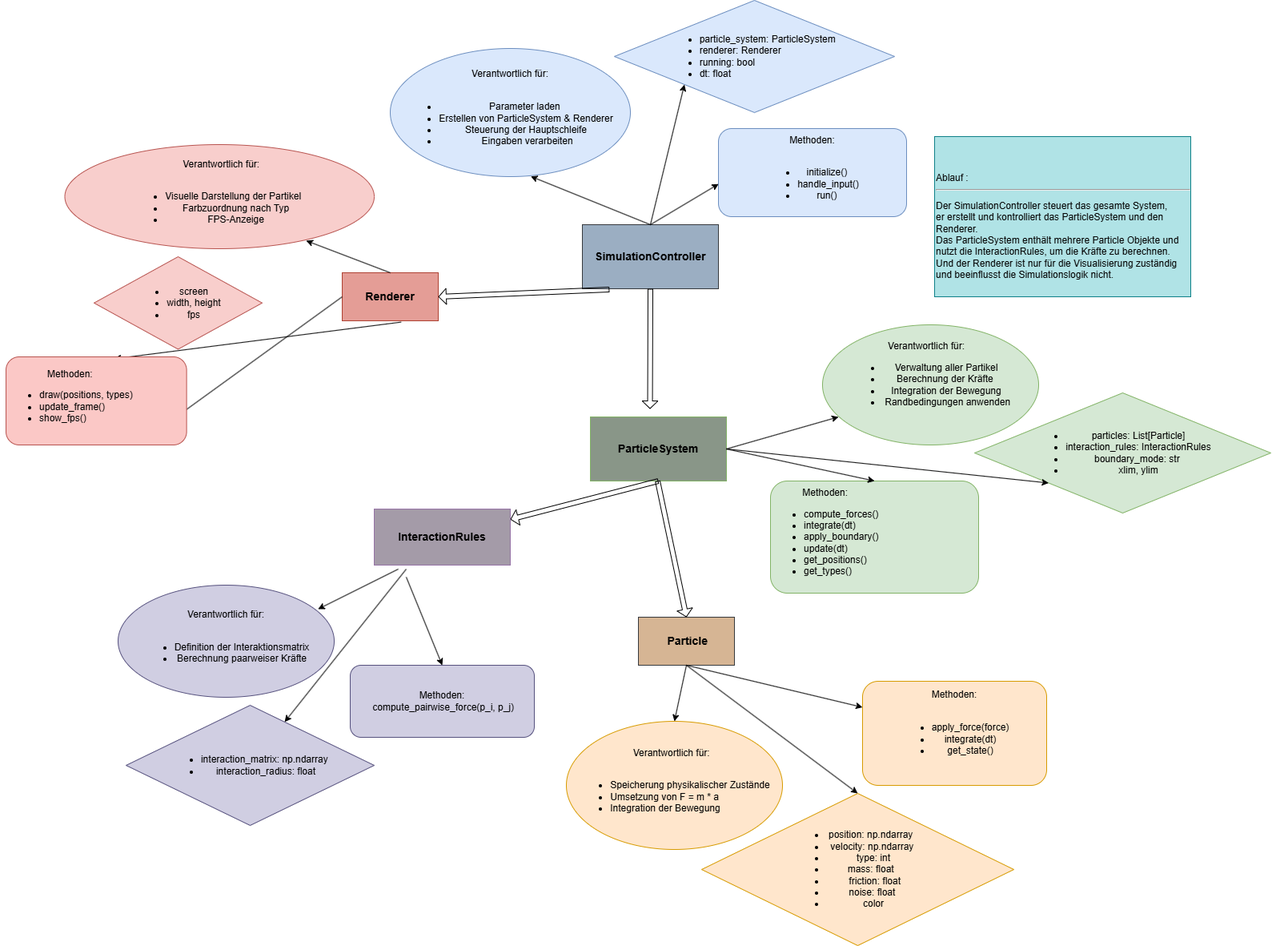
The draw.io diagram images/ProjektDiagramm.png in IbrpxiiI/particle-life-simulator, before a commit. Source tidied: cells renumbered, new cells last; positions are measured from the earlier drawing's top-left corner, leaving out a move shared by most shapes. Its diagram source:
```xml
<mxGraphModel>
  <root>
    <mxCell id="0" />
    <mxCell id="1" parent="0" />
    <mxCell id="2" value="&lt;font style=&quot;font-size: 14px;&quot;&gt;&lt;b&gt;&lt;font style=&quot;&quot;&gt;&amp;nbsp;&lt;/font&gt;&lt;font style=&quot;&quot;&gt;SimulationController&lt;/font&gt;&lt;/b&gt;&lt;/font&gt;&lt;span style=&quot;background-color: initial;&quot;&gt;&amp;nbsp;&lt;/span&gt;" style="rounded=0;whiteSpace=wrap;html=1;fillColor=#9BAEC2;strokeColor=#36393d;" parent="1" vertex="1">
      <mxGeometry x="720" y="280" width="170" height="80" as="geometry" />
    </mxCell>
    <mxCell id="3" value="Verantwortlich für:&lt;div&gt;&amp;nbsp;&lt;br&gt;&lt;div&gt;&lt;ul&gt;&lt;li&gt;Parameter laden&amp;nbsp;&lt;/li&gt;&lt;li&gt;Erstellen von ParticleSystem &amp;amp; Renderer&lt;/li&gt;&lt;li&gt;Steuerung der Hauptschleife&lt;/li&gt;&lt;li&gt;&amp;nbsp;Eingaben verarbeiten&lt;/li&gt;&lt;/ul&gt;&lt;/div&gt;&lt;/div&gt;" style="ellipse;whiteSpace=wrap;html=1;fillColor=#dae8fc;strokeColor=#6c8ebf;" parent="1" vertex="1">
      <mxGeometry x="480" y="60" width="300" height="160" as="geometry" />
    </mxCell>
    <mxCell id="4" value="&lt;font style=&quot;font-size: 14px;&quot;&gt;&lt;b&gt;ParticleSystem&lt;/b&gt;&lt;/font&gt;" style="rounded=0;whiteSpace=wrap;html=1;fillColor=#899688;strokeColor=#82b366;" parent="1" vertex="1">
      <mxGeometry x="730" y="520" width="170" height="80" as="geometry" />
    </mxCell>
    <mxCell id="5" value="&lt;ul&gt;&lt;li&gt;particles: List[Particle]&lt;/li&gt;&lt;li&gt;interaction_rules: InteractionRules&lt;/li&gt;&lt;li&gt;boundary_mode: str&amp;nbsp;&lt;/li&gt;&lt;li&gt;xlim, ylim&lt;/li&gt;&lt;/ul&gt;" style="rhombus;whiteSpace=wrap;html=1;fillColor=#d5e8d4;strokeColor=#82b366;align=center;" parent="1" vertex="1">
      <mxGeometry x="1210" y="490" width="370" height="150" as="geometry" />
    </mxCell>
    <mxCell id="6" value="&lt;div style=&quot;text-align: center;&quot;&gt;&lt;span style=&quot;background-color: initial;&quot;&gt;&lt;br&gt;&lt;/span&gt;&lt;/div&gt;&lt;div style=&quot;text-align: center;&quot;&gt;&lt;span style=&quot;background-color: initial;&quot;&gt;Methoden:&lt;/span&gt;&lt;/div&gt;&lt;div&gt;&lt;ul&gt;&lt;li&gt;compute_forces()&lt;/li&gt;&lt;li&gt;integrate(dt)&lt;/li&gt;&lt;li&gt;apply_boundary()&lt;/li&gt;&lt;li&gt;update(dt)&lt;/li&gt;&lt;li&gt;get_positions()&amp;nbsp;&amp;nbsp;&lt;/li&gt;&lt;li&gt;get_types()&lt;/li&gt;&lt;/ul&gt;&lt;/div&gt;&lt;div&gt;&lt;br&gt;&lt;/div&gt;" style="rounded=1;whiteSpace=wrap;html=1;align=left;fillColor=#d5e8d4;strokeColor=#82b366;" parent="1" vertex="1">
      <mxGeometry x="955" y="600" width="260" height="140" as="geometry" />
    </mxCell>
    <mxCell id="7" value="&amp;nbsp;&lt;b&gt;&lt;font style=&quot;font-size: 14px;&quot;&gt;Particle&lt;/font&gt;&lt;/b&gt;" style="rounded=0;whiteSpace=wrap;html=1;fillColor=#d6b594;strokeColor=#36393d;" parent="1" vertex="1">
      <mxGeometry x="790" y="770" width="120" height="60" as="geometry" />
    </mxCell>
    <mxCell id="8" value="Methoden:&lt;div&gt;&lt;span style=&quot;background-color: initial;&quot;&gt;&lt;br&gt;&lt;/span&gt;&lt;/div&gt;&lt;div&gt;&lt;ul&gt;&lt;li&gt;apply_force(force)&lt;/li&gt;&lt;li&gt;integrate(dt)&lt;/li&gt;&lt;li&gt;get_state()&lt;/li&gt;&lt;/ul&gt;&lt;/div&gt;&lt;div&gt;&lt;br&gt;&lt;/div&gt;" style="rounded=1;whiteSpace=wrap;html=1;fillColor=#ffe6cc;strokeColor=#d79b00;" parent="1" vertex="1">
      <mxGeometry x="1070" y="850" width="230" height="130" as="geometry" />
    </mxCell>
    <mxCell id="9" value="&lt;ul&gt;&lt;li&gt;&amp;nbsp;position: np.ndarray&amp;nbsp; &amp;nbsp;&lt;/li&gt;&lt;li&gt;velocity: np.ndarray&amp;nbsp;&lt;/li&gt;&lt;li&gt;type: int&lt;/li&gt;&lt;li&gt;mass: float&amp;nbsp;&amp;nbsp;&lt;/li&gt;&lt;li&gt;&amp;nbsp;&amp;nbsp;friction: float&amp;nbsp;&lt;/li&gt;&lt;li&gt;noise: float&amp;nbsp;&lt;/li&gt;&lt;li&gt;color&lt;/li&gt;&lt;/ul&gt;" style="rhombus;whiteSpace=wrap;html=1;fillColor=#ffe6cc;strokeColor=#d79b00;" parent="1" vertex="1">
      <mxGeometry x="869" y="990" width="390" height="190" as="geometry" />
    </mxCell>
    <mxCell id="10" value="&lt;b&gt;&lt;font style=&quot;font-size: 14px;&quot;&gt;Renderer&lt;/font&gt;&lt;/b&gt;" style="rounded=0;whiteSpace=wrap;html=1;fillColor=#e49d96;strokeColor=#ae4132;" parent="1" vertex="1">
      <mxGeometry x="420" y="340" width="120" height="60" as="geometry" />
    </mxCell>
    <mxCell id="11" value="&amp;nbsp;Verantwortlich für:&lt;div&gt;&lt;br&gt;&lt;div&gt;&lt;ul&gt;&lt;li&gt;Visuelle Darstellung der Partikel&amp;nbsp;&amp;nbsp;&lt;/li&gt;&lt;li&gt;Farbzuordnung nach Typ&lt;/li&gt;&lt;li&gt;FPS-Anzeige&lt;/li&gt;&lt;/ul&gt;&lt;/div&gt;&lt;/div&gt;" style="ellipse;whiteSpace=wrap;html=1;align=center;fillColor=#f8cecc;strokeColor=#b85450;" parent="1" vertex="1">
      <mxGeometry x="73.5" y="180" width="386.5" height="130" as="geometry" />
    </mxCell>
    <mxCell id="12" style="endArrow=classic;html=1;rounded=0;exitX=0.5;exitY=0;exitDx=0;exitDy=0;entryX=0.001;entryY=0.629;entryDx=0;entryDy=0;entryPerimeter=0;" parent="1" edge="1" source="2" target="26">
      <mxGeometry relative="1" as="geometry" />
    </mxCell>
    <mxCell id="13" style="endArrow=classic;html=1;rounded=0;" parent="1" edge="1">
      <mxGeometry relative="1" as="geometry">
        <mxPoint x="900" y="560" as="sourcePoint" />
        <mxPoint x="1040" y="520" as="targetPoint" />
      </mxGeometry>
    </mxCell>
    <mxCell id="14" style="endArrow=classic;html=1;rounded=0;exitX=1;exitY=0.5;exitDx=0;exitDy=0;exitPerimeter=0;entryX=0.5;entryY=0;entryDx=0;entryDy=0;" parent="1" edge="1" source="4" target="6">
      <mxGeometry relative="1" as="geometry" />
    </mxCell>
    <mxCell id="15" style="endArrow=classic;html=1;rounded=0;entryX=0;entryY=1;entryDx=0;entryDy=0;" parent="1" edge="1" target="5">
      <mxGeometry relative="1" as="geometry">
        <mxPoint x="900" y="560" as="sourcePoint" />
      </mxGeometry>
    </mxCell>
    <mxCell id="16" style="shape=flexArrow;endArrow=classic;html=1;rounded=0;exitX=0.5;exitY=1;exitDx=0;exitDy=0;endWidth=12.718510405257394;endSize=2.8145454545454545;width=6.024096385542168;" parent="1" edge="1" source="2">
      <mxGeometry relative="1" as="geometry">
        <mxPoint x="804.5" y="510" as="targetPoint" />
      </mxGeometry>
    </mxCell>
    <mxCell id="17" style="endArrow=classic;html=1;rounded=0;entryX=0.5;entryY=0;entryDx=0;entryDy=0;exitX=0.5;exitY=1;exitDx=0;exitDy=0;" parent="1" edge="1" source="7" target="30">
      <mxGeometry relative="1" as="geometry" />
    </mxCell>
    <mxCell id="18" style="endArrow=classic;html=1;rounded=0;exitX=0.614;exitY=1.027;exitDx=0;exitDy=0;exitPerimeter=0;entryX=0.6;entryY=0.022;entryDx=0;entryDy=0;entryPerimeter=0;" parent="1" edge="1" source="10" target="42">
      <mxGeometry relative="1" as="geometry" />
    </mxCell>
    <mxCell id="19" style="endArrow=classic;html=1;rounded=0;exitX=0.5;exitY=0;exitDx=0;exitDy=0;entryX=0.78;entryY=0.923;entryDx=0;entryDy=0;entryPerimeter=0;" parent="1" edge="1" source="10" target="11">
      <mxGeometry relative="1" as="geometry" />
    </mxCell>
    <mxCell id="20" style="shape=flexArrow;endArrow=classic;html=1;rounded=0;exitX=0.199;exitY=1.012;exitDx=0;exitDy=0;exitPerimeter=0;endWidth=12.718510405257394;endSize=2.8145454545454545;width=6.024096385542168;entryX=1;entryY=0.5;entryDx=0;entryDy=0;" parent="1" edge="1" source="2" target="10">
      <mxGeometry relative="1" as="geometry" />
    </mxCell>
    <mxCell id="21" style="shape=flexArrow;endArrow=classic;html=1;rounded=0;endWidth=12.718510405257394;endSize=2.8145454545454545;width=6.024096385542168;exitX=0.5;exitY=1;exitDx=0;exitDy=0;" parent="1" edge="1" source="4" target="22">
      <mxGeometry relative="1" as="geometry" />
    </mxCell>
    <mxCell id="22" value="&lt;font style=&quot;font-size: 14px;&quot;&gt;&lt;b&gt;InteractionRules&lt;/b&gt;&lt;/font&gt;" style="rounded=0;whiteSpace=wrap;html=1;fillColor=#A49BA8;strokeColor=#9673a6;" parent="1" vertex="1">
      <mxGeometry x="460" y="635" width="170" height="70" as="geometry" />
    </mxCell>
    <mxCell id="23" style="shape=flexArrow;endArrow=classic;html=1;rounded=0;endWidth=12.718510405257394;endSize=2.8145454545454545;width=6.024096385542168;entryX=0.5;entryY=0;entryDx=0;entryDy=0;" parent="1" edge="1" target="7">
      <mxGeometry relative="1" as="geometry">
        <mxPoint x="814" y="600" as="sourcePoint" />
      </mxGeometry>
    </mxCell>
    <mxCell id="24" value="Methoden:&lt;div&gt;&amp;nbsp;&amp;nbsp;compute_pairwise_force(p_i, p_j)&amp;nbsp;&lt;br&gt;&lt;/div&gt;" style="rounded=1;whiteSpace=wrap;html=1;fillColor=#d0cee2;strokeColor=#56517e;" parent="1" vertex="1">
      <mxGeometry x="430" y="830" width="230" height="90" as="geometry" />
    </mxCell>
    <mxCell id="25" value="&lt;div&gt;&lt;div&gt;&lt;br&gt;&lt;/div&gt;&lt;ul&gt;&lt;li style=&quot;text-align: left;&quot;&gt;particle_system: ParticleSystem&amp;nbsp;&amp;nbsp;&lt;/li&gt;&lt;li style=&quot;text-align: left;&quot;&gt;renderer: Renderer&amp;nbsp;&amp;nbsp;&lt;/li&gt;&lt;li style=&quot;text-align: left;&quot;&gt;running: bool&amp;nbsp;&lt;/li&gt;&lt;li style=&quot;text-align: left;&quot;&gt;dt: float&lt;/li&gt;&lt;/ul&gt;&lt;/div&gt;&lt;div&gt;&lt;br&gt;&lt;/div&gt;" style="rhombus;whiteSpace=wrap;html=1;fillColor=#dae8fc;strokeColor=#6c8ebf;" parent="1" vertex="1">
      <mxGeometry x="760" width="350" height="140" as="geometry" />
    </mxCell>
    <mxCell id="26" value="&lt;div&gt;Methoden:&lt;/div&gt;&lt;div&gt;&lt;br&gt;&lt;/div&gt;&lt;ul&gt;&lt;li&gt;initialize()&amp;nbsp;&lt;/li&gt;&lt;li&gt;handle_input()&lt;/li&gt;&lt;li&gt;run()&amp;nbsp;&lt;/li&gt;&lt;/ul&gt;" style="rounded=1;whiteSpace=wrap;html=1;fillColor=#dae8fc;strokeColor=#6c8ebf;" parent="1" vertex="1">
      <mxGeometry x="890" y="160" width="235" height="110" as="geometry" />
    </mxCell>
    <mxCell id="27" style="endArrow=classic;html=1;rounded=0;exitX=0.5;exitY=0;exitDx=0;exitDy=0;entryX=0;entryY=1;entryDx=0;entryDy=0;" parent="1" edge="1" source="2" target="25">
      <mxGeometry relative="1" as="geometry" />
    </mxCell>
    <mxCell id="28" style="endArrow=classic;html=1;rounded=0;entryX=0.585;entryY=0.998;entryDx=0;entryDy=0;entryPerimeter=0;exitX=0.5;exitY=0;exitDx=0;exitDy=0;" parent="1" edge="1" source="2" target="3">
      <mxGeometry relative="1" as="geometry" />
    </mxCell>
    <mxCell id="29" value="&lt;p class=&quot;_aupe copyable-text x15bjb6t x1n2onr6&quot;&gt;&lt;span style=&quot;white-space-collapse: preserve;&quot; class=&quot;_aupe copyable-text xkrh14z&quot;&gt;Verantwortlich für:   &lt;/span&gt;&lt;/p&gt;&lt;p style=&quot;text-align: left;&quot; class=&quot;_aupe copyable-text x15bjb6t x1n2onr6&quot;&gt;&lt;/p&gt;&lt;ul&gt;&lt;li&gt;&lt;span style=&quot;white-space-collapse: preserve;&quot; class=&quot;_aupe copyable-text xkrh14z&quot;&gt;Verwaltung aller Partikel&lt;/span&gt;&lt;/li&gt;&lt;li&gt;&lt;span style=&quot;background-color: initial; white-space-collapse: preserve;&quot;&gt;Berechnung der Kräfte &lt;/span&gt;&lt;/li&gt;&lt;li&gt;&lt;span style=&quot;background-color: initial; white-space-collapse: preserve;&quot;&gt;Integration der Bewegung&lt;/span&gt;&lt;/li&gt;&lt;li&gt;&lt;span style=&quot;background-color: initial; white-space-collapse: preserve;&quot;&gt; &lt;/span&gt;&lt;span style=&quot;white-space-collapse: preserve; background-color: initial;&quot;&gt;Randbedingungen anwenden&lt;/span&gt;&lt;/li&gt;&lt;/ul&gt;&lt;p&gt;&lt;/p&gt;&lt;p class=&quot;_aupe copyable-text x15bjb6t x1n2onr6&quot;&gt;&lt;br&gt;&lt;/p&gt;" style="ellipse;whiteSpace=wrap;html=1;fillColor=#d5e8d4;strokeColor=#82b366;" parent="1" vertex="1">
      <mxGeometry x="1020" y="405" width="270" height="150" as="geometry" />
    </mxCell>
    <mxCell id="30" value="Verantwortlich für:&amp;nbsp;&amp;nbsp;&lt;div&gt;&lt;br&gt;&lt;/div&gt;&lt;div&gt;&lt;ul&gt;&lt;li style=&quot;text-align: left;&quot;&gt;Speicherung physikalischer Zustände&lt;/li&gt;&lt;li style=&quot;text-align: left;&quot;&gt;Umsetzung von F = m * a&amp;nbsp;&lt;/li&gt;&lt;li style=&quot;text-align: left;&quot;&gt;Integration der Bewegung&amp;nbsp;&lt;/li&gt;&lt;/ul&gt;&lt;/div&gt;" style="ellipse;whiteSpace=wrap;html=1;fillColor=#ffe6cc;strokeColor=#d79b00;" parent="1" vertex="1">
      <mxGeometry x="700" y="900" width="270" height="160" as="geometry" />
    </mxCell>
    <mxCell id="31" style="endArrow=classic;html=1;rounded=0;exitX=0.5;exitY=1;exitDx=0;exitDy=0;entryX=0.5;entryY=0;entryDx=0;entryDy=0;" parent="1" edge="1" source="7" target="9">
      <mxGeometry relative="1" as="geometry" />
    </mxCell>
    <mxCell id="32" style="endArrow=classic;html=1;rounded=0;exitX=0.5;exitY=1;exitDx=0;exitDy=0;entryX=0;entryY=0.25;entryDx=0;entryDy=0;" parent="1" edge="1" source="7" target="8">
      <mxGeometry relative="1" as="geometry" />
    </mxCell>
    <mxCell id="33" value="Verantwortlich für:&lt;div&gt;&amp;nbsp;&lt;div&gt;&lt;ul&gt;&lt;li&gt;Definition der Interaktionsmatrix&lt;/li&gt;&lt;li&gt;Berechnung paarweiser Kräfte&lt;/li&gt;&lt;/ul&gt;&lt;/div&gt;&lt;/div&gt;" style="ellipse;whiteSpace=wrap;html=1;fillColor=#d0cee2;strokeColor=#56517e;" parent="1" vertex="1">
      <mxGeometry x="140" y="730" width="270" height="140" as="geometry" />
    </mxCell>
    <mxCell id="34" style="endArrow=classic;html=1;rounded=0;entryX=0.925;entryY=0.214;entryDx=0;entryDy=0;entryPerimeter=0;" parent="1" edge="1" target="33">
      <mxGeometry relative="1" as="geometry">
        <mxPoint x="490" y="710" as="sourcePoint" />
      </mxGeometry>
    </mxCell>
    <mxCell id="35" style="endArrow=classic;html=1;rounded=0;entryX=0.5;entryY=0;entryDx=0;entryDy=0;" parent="1" edge="1" target="24">
      <mxGeometry relative="1" as="geometry">
        <mxPoint x="500" y="720" as="sourcePoint" />
      </mxGeometry>
    </mxCell>
    <mxCell id="36" value="&lt;ul&gt;&lt;li&gt;interaction_matrix: np.ndarray&amp;nbsp;&lt;/li&gt;&lt;li&gt;interaction_radius: float&lt;/li&gt;&lt;/ul&gt;" style="rhombus;whiteSpace=wrap;html=1;fillColor=#d0cee2;strokeColor=#56517e;" parent="1" vertex="1">
      <mxGeometry x="150" y="880" width="310" height="150" as="geometry" />
    </mxCell>
    <mxCell id="37" style="endArrow=classic;html=1;rounded=0;" parent="1" edge="1" target="36">
      <mxGeometry relative="1" as="geometry">
        <mxPoint x="500" y="710" as="sourcePoint" />
      </mxGeometry>
    </mxCell>
    <mxCell id="38" value="&lt;ul&gt;&lt;li&gt;screen&lt;/li&gt;&lt;li&gt;width, height&lt;/li&gt;&lt;li&gt;fps&lt;/li&gt;&lt;/ul&gt;" style="rhombus;whiteSpace=wrap;html=1;fillColor=#f8cecc;strokeColor=#b85450;" parent="1" vertex="1">
      <mxGeometry x="110" y="320" width="210" height="115.5" as="geometry" />
    </mxCell>
    <mxCell id="39" style="endArrow=classic;html=1;rounded=0;exitX=0;exitY=0.5;exitDx=0;exitDy=0;entryX=0.78;entryY=0.923;entryDx=0;entryDy=0;entryPerimeter=0;" parent="1" edge="1" source="42">
      <mxGeometry relative="1" as="geometry">
        <mxPoint x="110" y="490" as="targetPoint" />
      </mxGeometry>
    </mxCell>
    <mxCell id="40" value="&lt;p&gt;&lt;font color=&quot;#050505&quot;&gt;&lt;br&gt;&lt;/font&gt;&lt;/p&gt;&lt;font color=&quot;#050505&quot;&gt;Ablauf :&amp;nbsp;&lt;/font&gt;&lt;hr&gt;&lt;p&gt;&lt;font color=&quot;#050505&quot;&gt;Der SimulationController steuert das gesamte System, er&amp;nbsp;erstellt und kontrolliert das ParticleSystem und den Renderer.&lt;br&gt;Das ParticleSystem enthält mehrere Particle Objekte und nutzt die InteractionRules, um die Kräfte zu berechnen. Und der&lt;span style=&quot;background-color: initial;&quot;&gt;&amp;nbsp;Renderer ist nur für die Visualisierung zuständig und beeinflusst die Simulationslogik nicht.&lt;/span&gt;&lt;/font&gt;&lt;/p&gt;" style="text;whiteSpace=wrap;html=1;fillColor=#b0e3e6;strokeColor=#0e8088;" parent="1" vertex="1">
      <mxGeometry x="1160" y="170" width="320" height="200" as="geometry" />
    </mxCell>
    <mxCell id="41" style="endArrow=classic;html=1;rounded=0;exitX=0;exitY=0.5;exitDx=0;exitDy=0;entryX=0.78;entryY=0.923;entryDx=0;entryDy=0;entryPerimeter=0;" parent="1" edge="1" source="10" target="42">
      <mxGeometry relative="1" as="geometry" />
    </mxCell>
    <mxCell id="42" value="&lt;div style=&quot;text-align: center;&quot;&gt;&lt;span style=&quot;background-color: initial;&quot;&gt;Methoden:&lt;/span&gt;&lt;/div&gt;&lt;div&gt;&lt;ul&gt;&lt;li&gt;draw(positions, types)&lt;/li&gt;&lt;li&gt;update_frame()&lt;/li&gt;&lt;li&gt;show_fps()&lt;/li&gt;&lt;/ul&gt;&lt;/div&gt;" style="rounded=1;whiteSpace=wrap;html=1;fillColor=#fbc8c6;strokeColor=#b85450;align=left;" parent="1" vertex="1">
      <mxGeometry y="445" width="225.6" height="110" as="geometry" />
    </mxCell>
  </root>
</mxGraphModel>
```
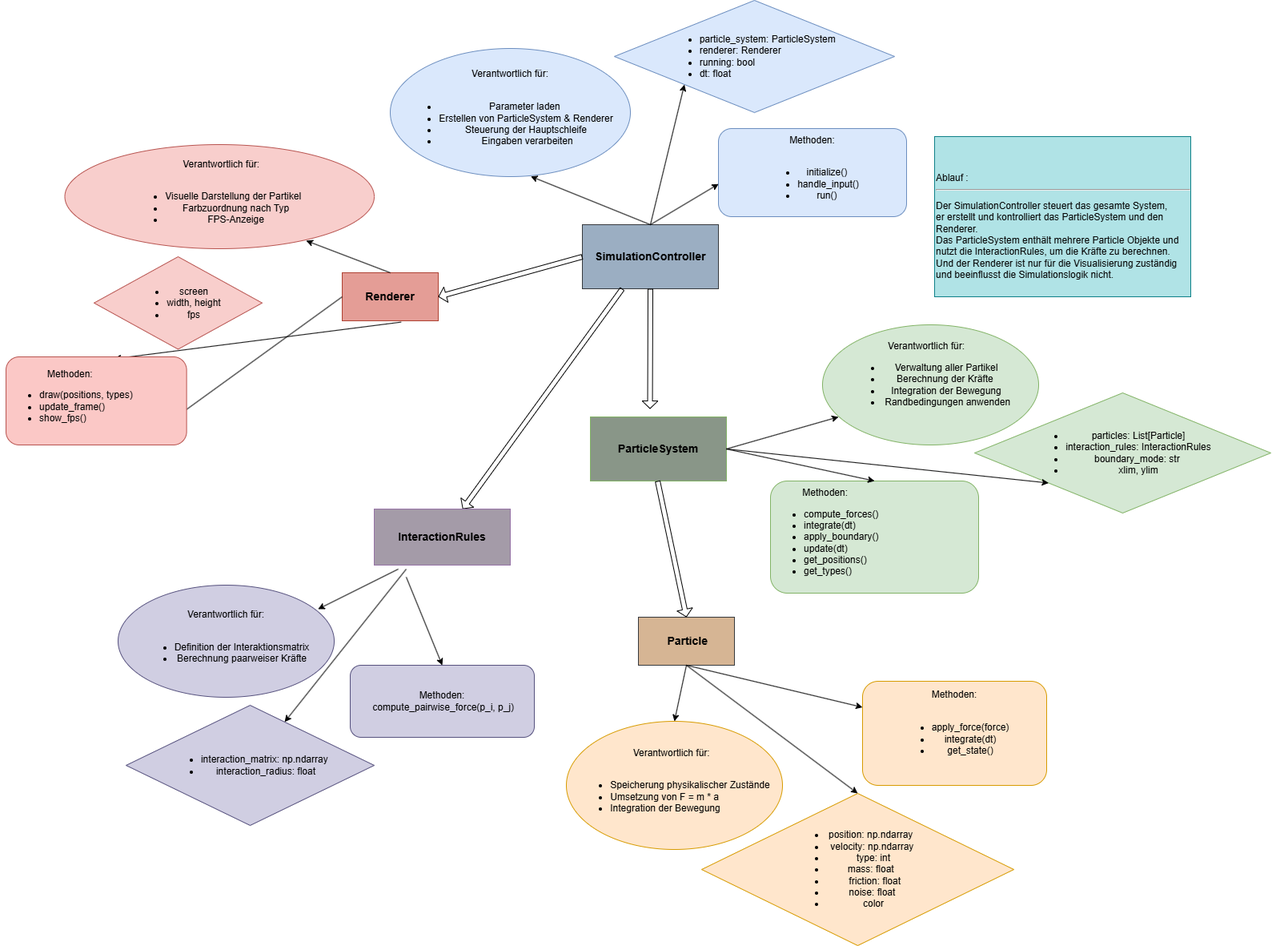
After the commit.

Commit message:
Aktualisiere Architekturdiagramm

Diff of the diagram source:
```diff
@@ -63,11 +63,13 @@
     <mxCell id="19" style="endArrow=classic;html=1;rounded=0;exitX=0.5;exitY=0;exitDx=0;exitDy=0;entryX=0.78;entryY=0.923;entryDx=0;entryDy=0;entryPerimeter=0;" parent="1" edge="1" source="10" target="11">
       <mxGeometry relative="1" as="geometry" />
     </mxCell>
-    <mxCell id="20" style="shape=flexArrow;endArrow=classic;html=1;rounded=0;exitX=0.199;exitY=1.012;exitDx=0;exitDy=0;exitPerimeter=0;endWidth=12.718510405257394;endSize=2.8145454545454545;width=6.024096385542168;entryX=1;entryY=0.5;entryDx=0;entryDy=0;" parent="1" edge="1" source="2" target="10">
+    <mxCell id="20" style="shape=flexArrow;endArrow=classic;html=1;rounded=0;exitX=0;exitY=0.5;exitDx=0;exitDy=0;endWidth=12.718510405257394;endSize=2.8145454545454545;width=6.024096385542168;entryX=1;entryY=0.5;entryDx=0;entryDy=0;" parent="1" edge="1" source="2" target="10">
       <mxGeometry relative="1" as="geometry" />
     </mxCell>
-    <mxCell id="21" style="shape=flexArrow;endArrow=classic;html=1;rounded=0;endWidth=12.718510405257394;endSize=2.8145454545454545;width=6.024096385542168;exitX=0.5;exitY=1;exitDx=0;exitDy=0;" parent="1" edge="1" source="4" target="22">
-      <mxGeometry relative="1" as="geometry" />
+    <mxCell id="21" style="shape=flexArrow;endArrow=classic;html=1;rounded=0;endWidth=12.718510405257394;endSize=2.8145454545454545;width=6.024096385542168;" parent="1" edge="1" target="22">
+      <mxGeometry relative="1" as="geometry">
+        <mxPoint x="770" y="360" as="sourcePoint" />
+      </mxGeometry>
     </mxCell>
     <mxCell id="22" value="&lt;font style=&quot;font-size: 14px;&quot;&gt;&lt;b&gt;InteractionRules&lt;/b&gt;&lt;/font&gt;" style="rounded=0;whiteSpace=wrap;html=1;fillColor=#A49BA8;strokeColor=#9673a6;" parent="1" vertex="1">
       <mxGeometry x="460" y="635" width="170" height="70" as="geometry" />
```
